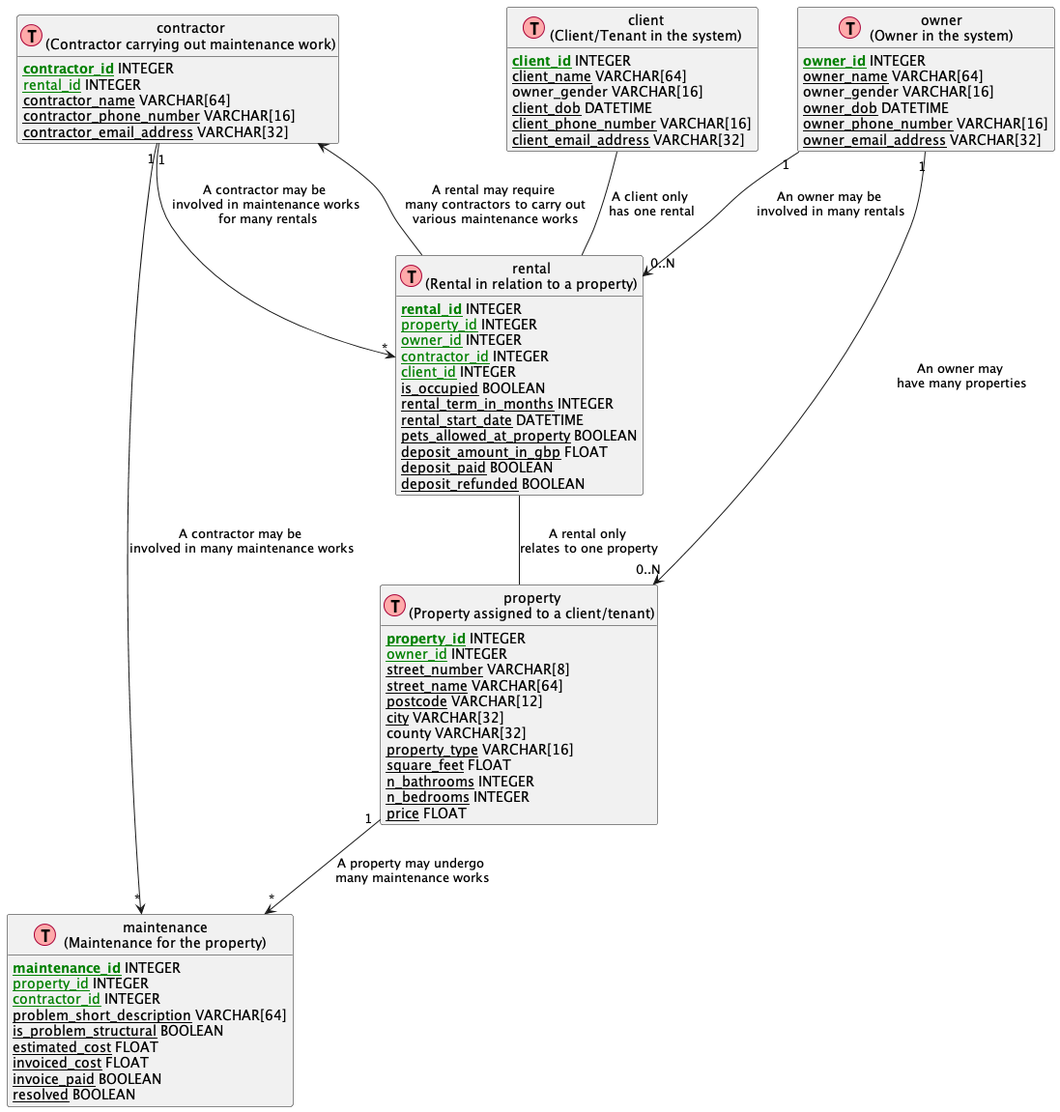
Before: src/unit_7_exercises/unit_7_uml_erd_3nf.png, a diagram exported from PlantUML (marianne-manaog/oois-python-codio). Its diagram source:
```plantuml
@startuml
!define Table(name,desc) class name as "desc" << (T,#FFAAAA) >>
!define primary_key(x) <b>x</b>
!define unique(x) <color:green>x</color>
!define not_null(x) <u>x</u>
hide methods
hide stereotypes


Table(property, "property\n(Property assigned to a client/tenant)") {
primary_key(not_null(unique(property_id))) INTEGER
not_null(unique(owner_id)) INTEGER
not_null(street_number) VARCHAR[8]
not_null(street_name) VARCHAR[64]
not_null(postcode) VARCHAR[12]
not_null(city) VARCHAR[32]
county VARCHAR[32]
not_null(property_type) VARCHAR[16]
not_null(square_feet) FLOAT
not_null(n_bathrooms) INTEGER
not_null(n_bedrooms) INTEGER
not_null(price) FLOAT
}

Table(client, "client\n(Client/Tenant in the system)") {
primary_key(not_null(unique(client_id))) INTEGER
not_null(client_name) VARCHAR[64]
owner_gender VARCHAR[16]
not_null(client_dob) DATETIME
not_null(client_phone_number) VARCHAR[16]
not_null(client_email_address) VARCHAR[32]
}

Table(owner, "owner\n(Owner in the system)") {
primary_key(not_null(unique(owner_id))) INTEGER
not_null(owner_name) VARCHAR[64]
owner_gender VARCHAR[16]
not_null(owner_dob) DATETIME
not_null(owner_phone_number) VARCHAR[16]
not_null(owner_email_address) VARCHAR[32]
}

Table(rental, "rental\n(Rental in relation to a property)") {
primary_key(not_null(unique(rental_id))) INTEGER
not_null(unique(property_id)) INTEGER
not_null(unique(owner_id)) INTEGER
not_null(unique(contractor_id)) INTEGER
not_null(unique(client_id)) INTEGER
not_null(is_occupied) BOOLEAN
not_null(rental_term_in_months) INTEGER
not_null(rental_start_date) DATETIME
not_null(pets_allowed_at_property) BOOLEAN
not_null(deposit_amount_in_gbp) FLOAT
not_null(deposit_paid) BOOLEAN
not_null(deposit_refunded) BOOLEAN
}

Table(maintenance, "maintenance\n(Maintenance for the property)") {
primary_key(not_null(unique(maintenance_id))) INTEGER
not_null(unique(property_id)) INTEGER
not_null(unique(contractor_id)) INTEGER
not_null(problem_short_description) VARCHAR[64]
not_null(is_problem_structural) BOOLEAN
not_null(estimated_cost) FLOAT
not_null(invoiced_cost) FLOAT
not_null(invoice_paid) BOOLEAN
not_null(resolved) BOOLEAN
}

Table(contractor, "contractor\n(Contractor carrying out maintenance work)") {
primary_key(not_null(unique(contractor_id))) INTEGER
not_null(unique(rental_id)) INTEGER
not_null(contractor_name) VARCHAR[64]
not_null(contractor_phone_number) VARCHAR[16]
not_null(contractor_email_address) VARCHAR[32]
}

client -- rental : "A client only \nhas one rental"
rental -- property : "A rental only \nrelates to one property"
rental --> contractor : "A rental may require\n many contractors to carry out\n various maintenance works"
owner "1" --> "0..N" property : "An owner may \nhave many properties"
owner "1" --> "0..N" rental : "An owner may be \ninvolved in many rentals"
contractor "1" --> "*" maintenance : "A contractor may be \ninvolved in many maintenance works"
contractor "1" --> "*" rental : "A contractor may be \ninvolved in maintenance works\n for many rentals"
property "1" --> "*" maintenance : "A property may undergo \nmany maintenance works"

@enduml
```
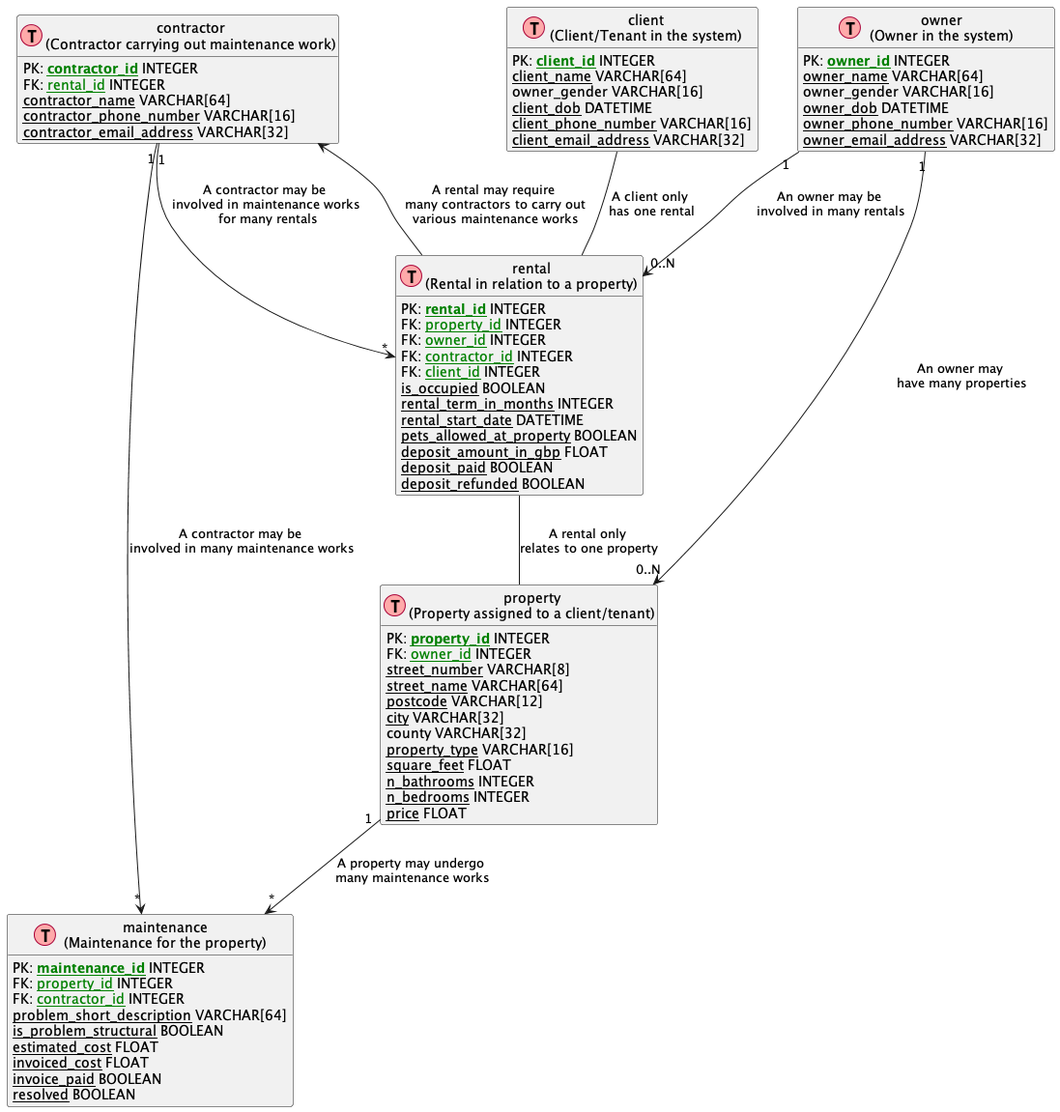
Above is the later version.

Commit message:
Updated ERD to explicitly highlight primary and foreign keys

The edit, as a diff of the source:
```diff
@@ -8,8 +8,8 @@
 
 
 Table(property, "property\n(Property assigned to a client/tenant)") {
-primary_key(not_null(unique(property_id))) INTEGER
-not_null(unique(owner_id)) INTEGER
+PK: primary_key(not_null(unique(property_id))) INTEGER
+FK: not_null(unique(owner_id)) INTEGER
 not_null(street_number) VARCHAR[8]
 not_null(street_name) VARCHAR[64]
 not_null(postcode) VARCHAR[12]
@@ -23,7 +23,7 @@
 }
 
 Table(client, "client\n(Client/Tenant in the system)") {
-primary_key(not_null(unique(client_id))) INTEGER
+PK: primary_key(not_null(unique(client_id))) INTEGER
 not_null(client_name) VARCHAR[64]
 owner_gender VARCHAR[16]
 not_null(client_dob) DATETIME
@@ -32,7 +32,7 @@
 }
 
 Table(owner, "owner\n(Owner in the system)") {
-primary_key(not_null(unique(owner_id))) INTEGER
+PK: primary_key(not_null(unique(owner_id))) INTEGER
 not_null(owner_name) VARCHAR[64]
 owner_gender VARCHAR[16]
 not_null(owner_dob) DATETIME
@@ -41,11 +41,11 @@
 }
 
 Table(rental, "rental\n(Rental in relation to a property)") {
-primary_key(not_null(unique(rental_id))) INTEGER
-not_null(unique(property_id)) INTEGER
-not_null(unique(owner_id)) INTEGER
-not_null(unique(contractor_id)) INTEGER
-not_null(unique(client_id)) INTEGER
+PK: primary_key(not_null(unique(rental_id))) INTEGER
+FK: not_null(unique(property_id)) INTEGER
+FK: not_null(unique(owner_id)) INTEGER
+FK: not_null(unique(contractor_id)) INTEGER
+FK: not_null(unique(client_id)) INTEGER
 not_null(is_occupied) BOOLEAN
 not_null(rental_term_in_months) INTEGER
 not_null(rental_start_date) DATETIME
@@ -56,9 +56,9 @@
 }
 
 Table(maintenance, "maintenance\n(Maintenance for the property)") {
-primary_key(not_null(unique(maintenance_id))) INTEGER
-not_null(unique(property_id)) INTEGER
-not_null(unique(contractor_id)) INTEGER
+PK: primary_key(not_null(unique(maintenance_id))) INTEGER
+FK: not_null(unique(property_id)) INTEGER
+FK: not_null(unique(contractor_id)) INTEGER
 not_null(problem_short_description) VARCHAR[64]
 not_null(is_problem_structural) BOOLEAN
 not_null(estimated_cost) FLOAT
@@ -68,8 +68,8 @@
 }
 
 Table(contractor, "contractor\n(Contractor carrying out maintenance work)") {
-primary_key(not_null(unique(contractor_id))) INTEGER
-not_null(unique(rental_id)) INTEGER
+PK: primary_key(not_null(unique(contractor_id))) INTEGER
+FK: not_null(unique(rental_id)) INTEGER
 not_null(contractor_name) VARCHAR[64]
 not_null(contractor_phone_number) VARCHAR[16]
 not_null(contractor_email_address) VARCHAR[32]
```
